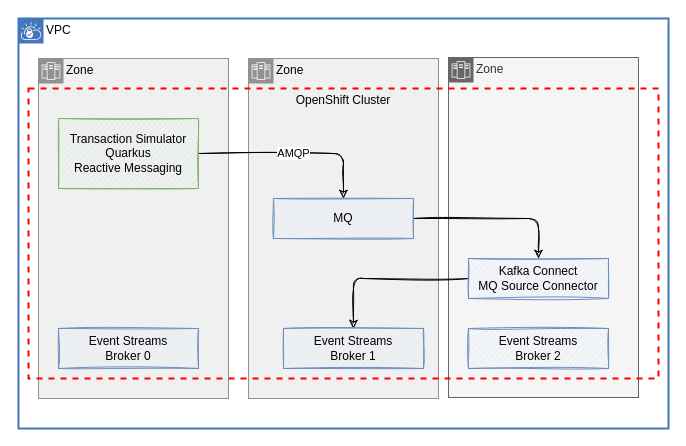
This is docs/diagrams/tx-simulator.drawio from jbcodeforce/life-insurance-demo, a draw.io file, before an edit. Source tidied: cells renumbered, new cells numbered last; positions are measured from the earlier drawing's top-left corner, leaving out a move shared by most shapes. Both pictures are drawn from the tidied source at 100%, with x=0, y=0 at pixel (18, 18).
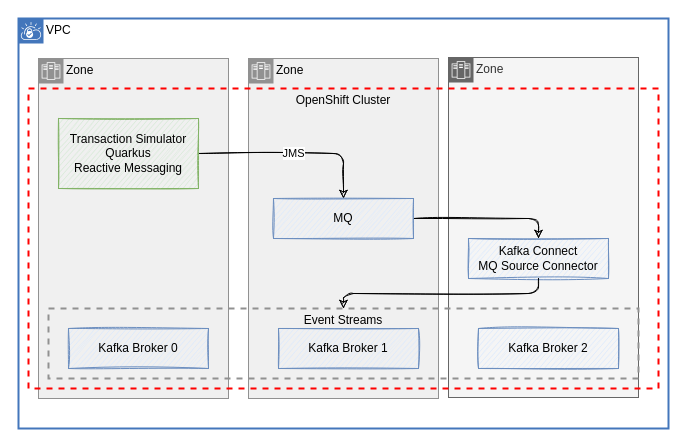
The same diagram, later.

Diff of the diagram source:
```diff
@@
 <mxGraphModel>
   <root>
     <mxCell id="0" />
     <mxCell id="1" parent="0" />
     <mxCell id="2" value="VPC" style="shape=mxgraph.ibm.box;prType=vpc;fontStyle=0;verticalAlign=top;align=left;spacingLeft=32;spacingTop=4;fillColor=none;rounded=0;whiteSpace=wrap;html=1;strokeColor=#4376BB;strokeWidth=2;dashed=0;spacing=-4;" parent="1" vertex="1">
       <mxGeometry width="650" height="410" as="geometry" />
     </mxCell>
     <mxCell id="3" value="Zone" style="shape=mxgraph.ibm.box;prType=zone;fontStyle=0;verticalAlign=top;align=left;spacingLeft=32;spacingTop=4;fillColor=#f5f5f5;rounded=0;whiteSpace=wrap;html=1;strokeColor=#666666;strokeWidth=1;dashed=0;spacing=-4;fontColor=#333333;" parent="2" vertex="1">
       <mxGeometry x="430" y="39" width="190" height="340" as="geometry" />
     </mxCell>
     <mxCell id="4" value="Zone" style="shape=mxgraph.ibm.box;prType=zone;fontStyle=0;verticalAlign=top;align=left;spacingLeft=32;spacingTop=4;fillColor=#F0F0F0;rounded=0;whiteSpace=wrap;html=1;strokeColor=#919191;strokeWidth=1;dashed=0;spacing=-4;" parent="2" vertex="1">
       <mxGeometry x="230" y="40" width="190" height="340" as="geometry" />
     </mxCell>
     <mxCell id="5" value="Zone" style="shape=mxgraph.ibm.box;prType=zone;fontStyle=0;verticalAlign=top;align=left;spacingLeft=32;spacingTop=4;fillColor=#F0F0F0;rounded=0;whiteSpace=wrap;html=1;strokeColor=#919191;strokeWidth=1;dashed=0;spacing=-4;" parent="2" vertex="1">
       <mxGeometry x="20" y="40" width="190" height="340" as="geometry" />
     </mxCell>
     <mxCell id="6" value="OpenShift Cluster" style="fontStyle=0;verticalAlign=top;align=center;spacingTop=-2;fillColor=none;rounded=0;whiteSpace=wrap;html=1;strokeColor=#FF0000;strokeWidth=2;dashed=1;" parent="5" vertex="1">
-      <mxGeometry x="-10" y="30" width="630" height="290" as="geometry" />
+      <mxGeometry x="-10" y="30" width="630" height="300" as="geometry" />
     </mxCell>
-    <mxCell id="7" value="AMQP" style="edgeStyle=orthogonalEdgeStyle;html=1;entryX=0.5;entryY=0;entryDx=0;entryDy=0;sketch=1;" parent="6" edge="1" source="8" target="10">
+    <mxCell id="7" value="JMS" style="edgeStyle=orthogonalEdgeStyle;html=1;entryX=0.5;entryY=0;entryDx=0;entryDy=0;sketch=1;" parent="6" edge="1" source="8" target="10">
       <mxGeometry relative="1" as="geometry" />
     </mxCell>
     <mxCell id="8" value="Transaction Simulator&lt;br&gt;Quarkus&lt;br&gt;Reactive Messaging" style="rounded=0;whiteSpace=wrap;html=1;strokeColor=#82b366;sketch=1;fillColor=#d5e8d4;" parent="6" vertex="1">
       <mxGeometry x="30" y="30" width="140" height="70" as="geometry" />
     </mxCell>
     <mxCell id="9" style="edgeStyle=orthogonalEdgeStyle;html=1;entryX=0.5;entryY=0;entryDx=0;entryDy=0;sketch=1;" parent="6" edge="1" source="10" target="12">
       <mxGeometry relative="1" as="geometry" />
     </mxCell>
     <mxCell id="10" value="MQ" style="rounded=0;whiteSpace=wrap;html=1;strokeColor=#6c8ebf;sketch=1;fillColor=#dae8fc;" parent="6" vertex="1">
       <mxGeometry x="245" y="110" width="140" height="40" as="geometry" />
     </mxCell>
+    <mxCell id="12" value="Kafka Connect&lt;br&gt;MQ Source Connector" style="rounded=0;whiteSpace=wrap;html=1;strokeColor=#6c8ebf;sketch=1;fillColor=#dae8fc;" parent="6" vertex="1">
+      <mxGeometry x="440" y="150" width="140" height="40" as="geometry" />
+    </mxCell>
+    <mxCell id="16" value="Event Streams" style="fontStyle=0;verticalAlign=top;align=center;spacingTop=-2;fillColor=none;rounded=0;whiteSpace=wrap;html=1;strokeColor=#919191;strokeWidth=2;dashed=1;" parent="6" vertex="1">
+      <mxGeometry x="20" y="220" width="590" height="70" as="geometry" />
+    </mxCell>
+    <mxCell id="13" value="Kafka Broker 0" style="rounded=0;whiteSpace=wrap;html=1;strokeColor=#6c8ebf;sketch=1;fillColor=#dae8fc;" parent="16" vertex="1">
+      <mxGeometry x="20" y="20" width="140" height="40" as="geometry" />
+    </mxCell>
+    <mxCell id="17" value="Kafka Broker 1" style="rounded=0;whiteSpace=wrap;html=1;strokeColor=#6c8ebf;sketch=1;fillColor=#dae8fc;" parent="16" vertex="1">
+      <mxGeometry x="230" y="20" width="140" height="40" as="geometry" />
+    </mxCell>
+    <mxCell id="18" value="Kafka Broker 2" style="rounded=0;whiteSpace=wrap;html=1;strokeColor=#6c8ebf;sketch=1;fillColor=#dae8fc;" parent="16" vertex="1">
+      <mxGeometry x="430" y="20" width="140" height="40" as="geometry" />
+    </mxCell>
-    <mxCell id="11" style="edgeStyle=orthogonalEdgeStyle;sketch=1;html=1;" parent="6" edge="1" source="12" target="14">
+    <mxCell id="11" style="edgeStyle=orthogonalEdgeStyle;sketch=1;html=1;entryX=0.5;entryY=0;entryDx=0;entryDy=0;" parent="6" edge="1" source="12" target="16">
       <mxGeometry relative="1" as="geometry" />
     </mxCell>
-    <mxCell id="12" value="Kafka Connect&lt;br&gt;MQ Source Connector" style="rounded=0;whiteSpace=wrap;html=1;strokeColor=#6c8ebf;sketch=1;fillColor=#dae8fc;" parent="6" vertex="1">
-      <mxGeometry x="440" y="170" width="140" height="40" as="geometry" />
-    </mxCell>
-    <mxCell id="13" value="Event Streams &lt;br&gt;Broker 0" style="rounded=0;whiteSpace=wrap;html=1;strokeColor=#6c8ebf;sketch=1;fillColor=#dae8fc;" parent="6" vertex="1">
-      <mxGeometry x="30" y="240" width="140" height="40" as="geometry" />
-    </mxCell>
-    <mxCell id="14" value="Event Streams &lt;br&gt;Broker 1" style="rounded=0;whiteSpace=wrap;html=1;strokeColor=#6c8ebf;sketch=1;fillColor=#dae8fc;" parent="6" vertex="1">
-      <mxGeometry x="255" y="240" width="140" height="40" as="geometry" />
-    </mxCell>
-    <mxCell id="15" value="Event Streams &lt;br&gt;Broker 2" style="rounded=0;whiteSpace=wrap;html=1;strokeColor=#6c8ebf;sketch=1;fillColor=#dae8fc;" parent="6" vertex="1">
-      <mxGeometry x="440" y="240" width="140" height="40" as="geometry" />
-    </mxCell>
   </root>
 </mxGraphModel>
```
